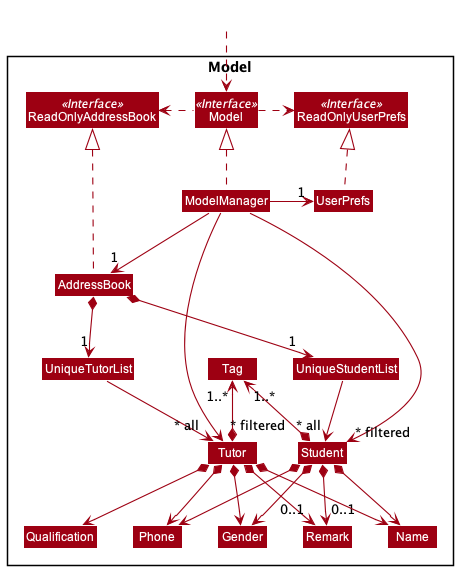
The PlantUML diagram docs/images/ModelClassDiagram.png in tenebrius1/tp, before a commit.
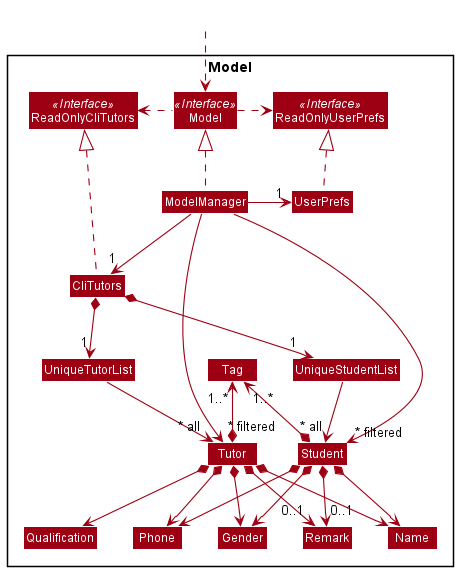
The same diagram one commit later.

The edit, as a diff of the source:
```diff
@@ -5,11 +5,11 @@
 skinparam classBackgroundColor MODEL_COLOR
 
 Package Model <<Rectangle>>{
-Interface ReadOnlyAddressBook <<Interface>>
+Interface ReadOnlyCliTutors <<Interface>>
 Interface ReadOnlyUserPrefs <<Interface>>
 Interface Model <<Interface>>
-Class AddressBook
-Class ReadOnlyAddressBook
+Class CliTutors
+Class ReadOnlyCliTutors
 Class Model
 Class ModelManager
 Class UserPrefs
@@ -32,16 +32,16 @@
 Class HiddenOutside #FFFFFF
 HiddenOutside ..> Model
 
-AddressBook .up.|> ReadOnlyAddressBook
+CliTutors .up.|> ReadOnlyCliTutors
 
 ModelManager .up.|> Model
 Model .right.> ReadOnlyUserPrefs
-Model .left.> ReadOnlyAddressBook
-ModelManager -down-> "1" AddressBook
+Model .left.> ReadOnlyCliTutors
+ModelManager -down-> "1" CliTutors
 ModelManager -right-> "1" UserPrefs
 UserPrefs .up.|> ReadOnlyUserPrefs
 
-AddressBook *--> "1" UniqueStudentList
+CliTutors *--> "1" UniqueStudentList
 UniqueStudentList --> "~* all" Student
 Student *--> Name
 Student *--> Phone
@@ -49,7 +49,7 @@
 Student *--> "0..1" Remark
 Student *-up-> "1..*" Tag
 
-AddressBook *--> "1" UniqueTutorList
+CliTutors *--> "1" UniqueTutorList
 UniqueTutorList --> "~* all" Tutor
 Tutor *--> Name
 Tutor *--> Phone
```
